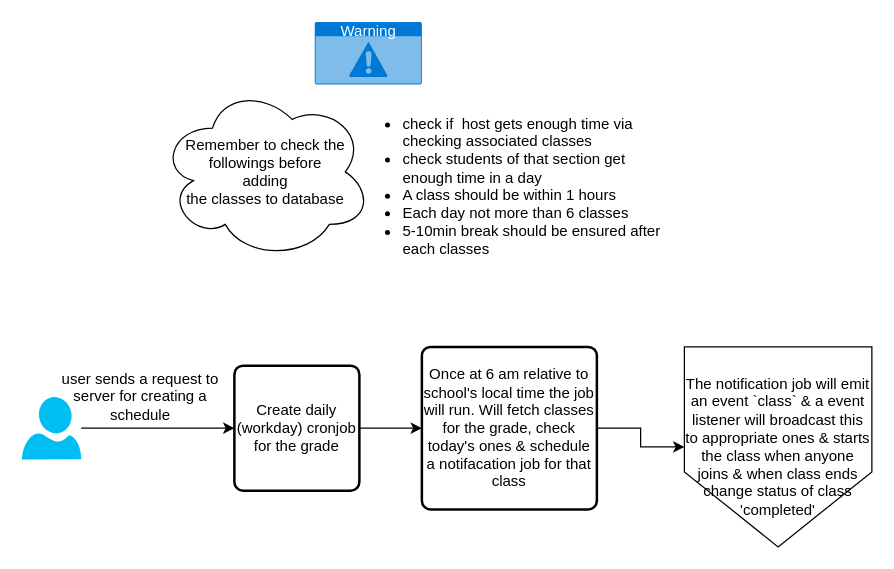
This is titumir/diagrams/class-schedule-logic.drawio from KRTirtho/schoolacious, a draw.io file, before an edit. Source tidied: cells renumbered, new cells numbered last; positions are measured from the earlier drawing's top-left corner, leaving out a move shared by most shapes. Both pictures are drawn from the tidied source at 125%, with x=0, y=0 at pixel (21, 21).
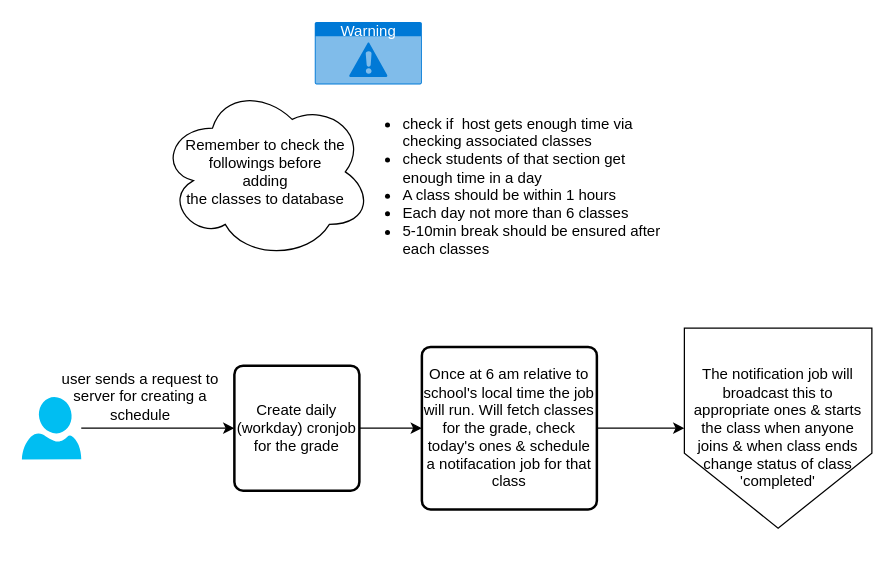
The same diagram, later.

The edit, as a diff of the source:
```diff
@@
 <mxGraphModel>
   <root>
     <mxCell id="0" />
     <mxCell id="1" parent="0" />
     <mxCell id="2" style="verticalLabelPosition=bottom;html=1;verticalAlign=top;align=center;strokeColor=none;fillColor=#00BEF2;shape=mxgraph.azure.user;" parent="1" vertex="1">
       <mxGeometry y="300" width="47.5" height="50" as="geometry" />
     </mxCell>
     <mxCell id="3" style="endArrow=classic;html=1;entryX=0;entryY=0.5;entryDx=0;entryDy=0;" parent="1" edge="1" source="2" target="6">
       <mxGeometry relative="1" as="geometry" />
     </mxCell>
     <mxCell id="4" value="user sends a request to server for creating a schedule" style="text;html=1;strokeColor=none;fillColor=none;align=center;verticalAlign=middle;whiteSpace=wrap;rounded=0;" parent="1" vertex="1">
       <mxGeometry x="30" y="280" width="130" height="40" as="geometry" />
     </mxCell>
     <mxCell id="5" style="edgeStyle=orthogonalEdgeStyle;rounded=0;jettySize=auto;html=1;" parent="1" edge="1" source="6" target="8">
       <mxGeometry relative="1" as="geometry" />
     </mxCell>
     <mxCell id="6" value="Create daily (workday) cronjob for the grade" style="rounded=1;whiteSpace=wrap;html=1;absoluteArcSize=1;arcSize=14;strokeWidth=2;" parent="1" vertex="1">
       <mxGeometry x="170" y="275" width="100" height="100" as="geometry" />
     </mxCell>
     <mxCell id="7" style="edgeStyle=orthogonalEdgeStyle;rounded=0;jettySize=auto;html=1;entryX=0;entryY=0.5;entryDx=0;entryDy=0;" parent="1" edge="1" source="8" target="9">
       <mxGeometry relative="1" as="geometry" />
     </mxCell>
     <mxCell id="8" value="Once at 6 am relative to school's local time the job will run. Will fetch classes for the grade, check today's ones &amp;amp; schedule a notifacation job for that class" style="rounded=1;whiteSpace=wrap;html=1;absoluteArcSize=1;arcSize=14;strokeWidth=2;" parent="1" vertex="1">
       <mxGeometry x="320" y="260" width="140" height="130" as="geometry" />
     </mxCell>
-    <mxCell id="9" value="&lt;span&gt;The notification job will emit an event `class` &amp;amp; a event listener will broadcast this to appropriate ones &amp;amp; starts the class when anyone joins &amp;amp; when class ends change status of class 'completed'&lt;/span&gt;" style="shape=offPageConnector;whiteSpace=wrap;html=1;" parent="1" vertex="1">
-      <mxGeometry x="530" y="260" width="150" height="160" as="geometry" />
+    <mxCell id="9" value="&lt;span&gt;The notification job will broadcast this to appropriate ones &amp;amp; starts the class when anyone joins &amp;amp; when class ends change status of class 'completed'&lt;/span&gt;" style="shape=offPageConnector;whiteSpace=wrap;html=1;" parent="1" vertex="1">
+      <mxGeometry x="530" y="245" width="150" height="160" as="geometry" />
     </mxCell>
     <mxCell id="10" value="Remember to check the followings before &lt;br&gt;adding &lt;br&gt;the classes to database" style="ellipse;shape=cloud;whiteSpace=wrap;html=1;padding=10;" parent="1" vertex="1">
       <mxGeometry x="110" y="50" width="170" height="140" as="geometry" />
     </mxCell>
     <mxCell id="11" value="&lt;ul&gt;&lt;li&gt;check if&amp;nbsp; host gets enough time via checking associated classes&lt;/li&gt;&lt;li&gt;check students of that section get enough time in a day&lt;/li&gt;&lt;li&gt;A class should be within 1 hours&lt;/li&gt;&lt;li&gt;Each day not more than 6 classes&lt;/li&gt;&lt;li&gt;5-10min break should be ensured after each classes&lt;/li&gt;&lt;/ul&gt;" style="text;strokeColor=none;fillColor=none;html=1;whiteSpace=wrap;verticalAlign=middle;overflow=hidden;" parent="1" vertex="1">
       <mxGeometry x="262.5" y="60" width="255" height="140" as="geometry" />
     </mxCell>
     <mxCell id="12" value="Warning" style="html=1;strokeColor=none;fillColor=#0079D6;labelPosition=center;verticalLabelPosition=middle;verticalAlign=top;align=center;fontSize=12;spacingTop=-6;fontColor=#FFFFFF;shape=mxgraph.sitemap.warning;" parent="1" vertex="1">
       <mxGeometry x="234.3" width="85.7" height="50" as="geometry" />
     </mxCell>
   </root>
 </mxGraphModel>
```
